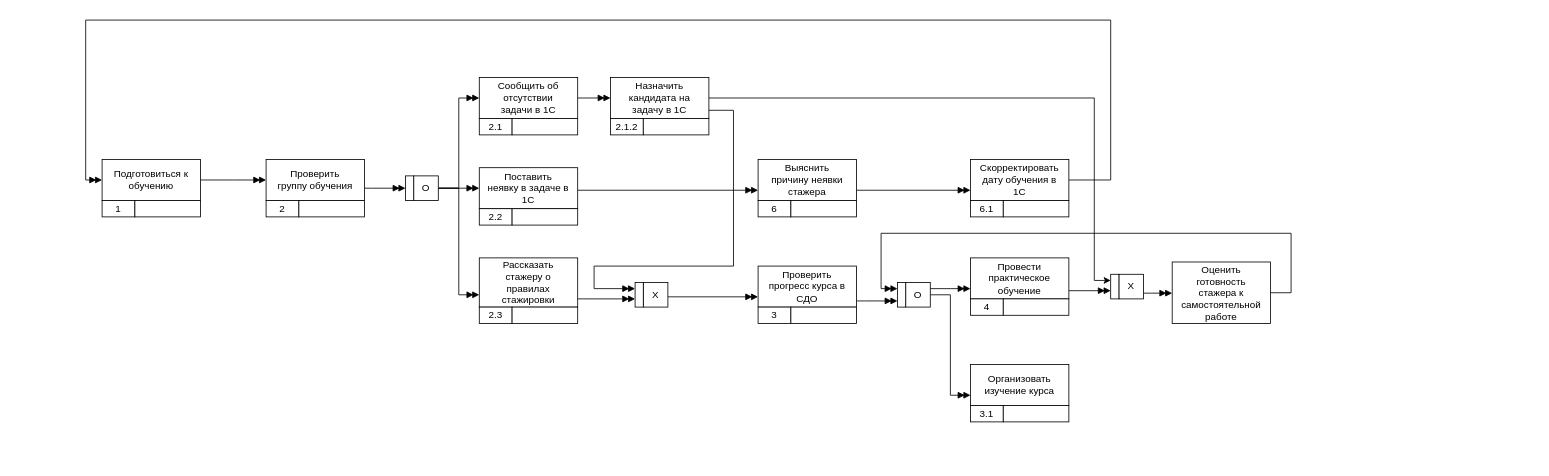
The draw.io diagram testFolder/IDEF3.drawio in Rientaro/lolo, before the edit. Source tidied: cells renumbered, new cells numbered last; positions are measured from the earlier drawing's top-left corner, leaving out a move shared by most shapes. Both pictures are drawn from the tidied source at 82%, with x=0, y=0 at pixel (85, 20).
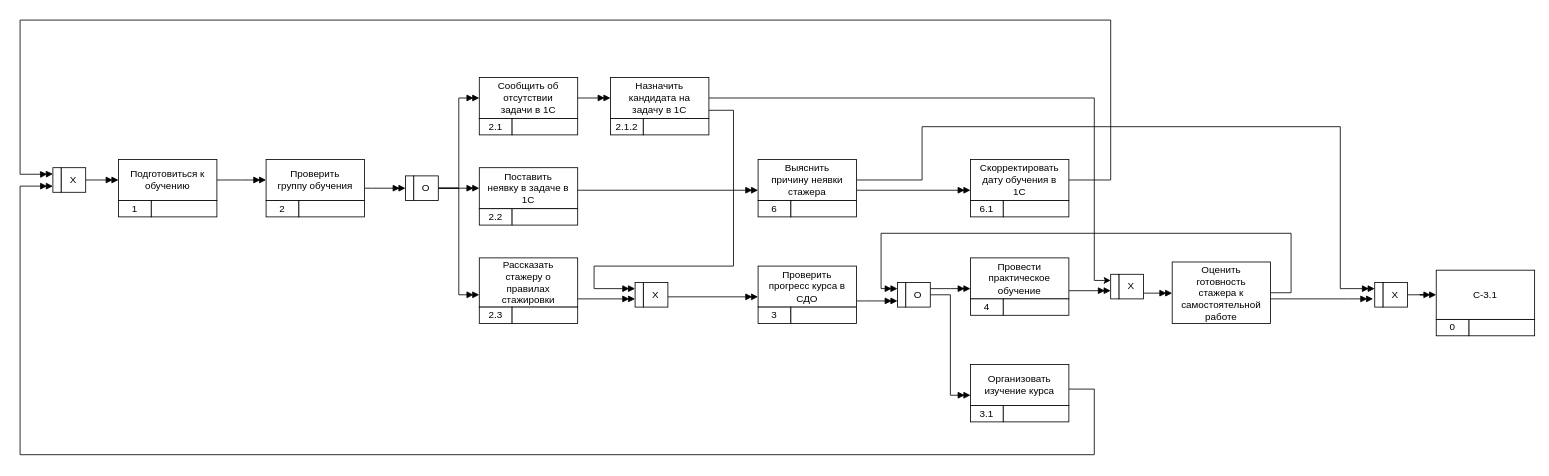
Above is the later version.

The change refers to these unchanged cells:
```xml
<mxCell id="33" value="&#10;&#10;Выяснить&#10;причину неявки&#10;стажера&#10;&#10;" style="rounded=0;whiteSpace=wrap;html=1;" parent="1" vertex="1">
  <mxGeometry x="820" y="170" width="120" height="50" as="geometry" />
</mxCell>
<mxCell id="51" value="&#10;&#10;Организовать&#10;изучение курса&#10;&#10;" style="rounded=0;whiteSpace=wrap;html=1;" parent="1" vertex="1">
  <mxGeometry x="1079" y="420" width="120" height="50" as="geometry" />
</mxCell>
<mxCell id="55" value="Скорректировать&lt;br&gt;дату обучения в&lt;br&gt;1С" style="rounded=0;whiteSpace=wrap;html=1;" parent="1" vertex="1">
  <mxGeometry x="1079" y="170" width="120" height="50" as="geometry" />
</mxCell>
<mxCell id="62" value="&#10;&#10;Оценить&#10;готовность&#10;стажера к&#10;самостоятельной&#10;работе&#10;&#10;" style="whiteSpace=wrap;html=1;rounded=0;" parent="1" vertex="1">
  <mxGeometry x="1325" y="295" width="120" height="75" as="geometry" />
</mxCell>
```

What changed in the source:
```diff
@@
     <mxCell id="3" value="&#10;&#10;Подготовиться к&#10;обучению&#10;&#10;" style="rounded=0;whiteSpace=wrap;html=1;" parent="1" vertex="1">
-      <mxGeometry x="20" y="170" width="120" height="50" as="geometry" />
+      <mxGeometry x="40" y="170" width="120" height="50" as="geometry" />
     </mxCell>
     <mxCell id="4" value="1" style="rounded=0;whiteSpace=wrap;html=1;" parent="1" vertex="1">
-      <mxGeometry x="20" y="220" width="40" height="20" as="geometry" />
+      <mxGeometry x="40" y="220" width="40" height="20" as="geometry" />
     </mxCell>
     <mxCell id="5" style="rounded=0;whiteSpace=wrap;html=1;" parent="1" vertex="1">
-      <mxGeometry x="60" y="220" width="80" height="20" as="geometry" />
+      <mxGeometry x="80" y="220" width="80" height="20" as="geometry" />
     </mxCell>
@@
+    <mxCell id="63" style="edgeStyle=orthogonalEdgeStyle;rounded=0;jettySize=auto;html=1;endArrow=doubleBlock;endFill=1;entryX=0;entryY=0.25;entryDx=0;entryDy=0;" parent="1" edge="1" source="33" target="73">
+      <mxGeometry relative="1" as="geometry">
+        <Array as="points">
+          <mxPoint x="1020" y="195" />
+          <mxPoint x="1020" y="130" />
+          <mxPoint x="1530" y="130" />
+          <mxPoint x="1530" y="328" />
+        </Array>
+      </mxGeometry>
+    </mxCell>
@@
+    <mxCell id="64" style="edgeStyle=orthogonalEdgeStyle;rounded=0;jettySize=auto;html=1;entryX=0;entryY=0.75;entryDx=0;entryDy=0;endArrow=doubleBlock;endFill=1;" parent="1" edge="1" source="51" target="70">
+      <mxGeometry relative="1" as="geometry">
+        <Array as="points">
+          <mxPoint x="1230" y="450" />
+          <mxPoint x="1230" y="530" />
+          <mxPoint x="-80" y="530" />
+          <mxPoint x="-80" y="203" />
+        </Array>
+      </mxGeometry>
+    </mxCell>
@@
-    <mxCell id="54" style="edgeStyle=orthogonalEdgeStyle;rounded=0;jettySize=auto;html=1;entryX=0;entryY=0.5;entryDx=0;entryDy=0;endArrow=doubleBlock;endFill=1;" parent="1" edge="1" source="55" target="3">
+    <mxCell id="54" style="edgeStyle=orthogonalEdgeStyle;rounded=0;jettySize=auto;html=1;entryX=0;entryY=0.25;entryDx=0;entryDy=0;endArrow=doubleBlock;endFill=1;" parent="1" edge="1" source="55" target="70">
       <mxGeometry relative="1" as="geometry">
         <Array as="points">
           <mxPoint x="1250" y="195" />
           <mxPoint x="1250" />
-          <mxPoint />
-          <mxPoint y="195" />
+          <mxPoint x="-80" />
+          <mxPoint x="-80" y="188" />
+          <mxPoint x="-50" y="188" />
         </Array>
       </mxGeometry>
     </mxCell>
@@
+    <mxCell id="65" style="edgeStyle=orthogonalEdgeStyle;rounded=0;jettySize=auto;html=1;endArrow=doubleBlock;endFill=1;" parent="1" edge="1" source="62">
+      <mxGeometry relative="1" as="geometry">
+        <mxPoint x="1570" y="340" as="targetPoint" />
+        <Array as="points">
+          <mxPoint x="1540" y="340" />
+        </Array>
+      </mxGeometry>
+    </mxCell>
@@
+    <mxCell id="66" value="0" style="rounded=0;whiteSpace=wrap;html=1;" parent="1" vertex="1">
+      <mxGeometry x="1647" y="365" width="40" height="20" as="geometry" />
+    </mxCell>
+    <mxCell id="67" style="rounded=0;whiteSpace=wrap;html=1;" parent="1" vertex="1">
+      <mxGeometry x="1687" y="365" width="80" height="20" as="geometry" />
+    </mxCell>
+    <mxCell id="68" style="edgeStyle=orthogonalEdgeStyle;rounded=0;jettySize=auto;html=1;endArrow=doubleBlock;endFill=1;entryX=0;entryY=0.5;entryDx=0;entryDy=0;" parent="1" edge="1" source="69" target="3">
+      <mxGeometry relative="1" as="geometry" />
+    </mxCell>
+    <mxCell id="69" value="X" style="rounded=0;whiteSpace=wrap;html=1;" parent="1" vertex="1">
+      <mxGeometry x="-30" y="180" width="30" height="30" as="geometry" />
+    </mxCell>
+    <mxCell id="70" style="rounded=0;whiteSpace=wrap;html=1;" parent="1" vertex="1">
+      <mxGeometry x="-40" y="180" width="10" height="30" as="geometry" />
+    </mxCell>
+    <mxCell id="71" style="edgeStyle=orthogonalEdgeStyle;rounded=0;jettySize=auto;html=1;endArrow=doubleBlock;endFill=1;" parent="1" edge="1" source="72" target="74">
+      <mxGeometry relative="1" as="geometry" />
+    </mxCell>
+    <mxCell id="72" value="X" style="rounded=0;whiteSpace=wrap;html=1;" parent="1" vertex="1">
+      <mxGeometry x="1582" y="320" width="30" height="30" as="geometry" />
+    </mxCell>
+    <mxCell id="73" style="rounded=0;whiteSpace=wrap;html=1;" parent="1" vertex="1">
+      <mxGeometry x="1572" y="320" width="10" height="30" as="geometry" />
+    </mxCell>
+    <mxCell id="74" value="С-3.1" style="whiteSpace=wrap;html=1;rounded=0;" parent="1" vertex="1">
+      <mxGeometry x="1647" y="305" width="120" height="60" as="geometry" />
+    </mxCell>
```
